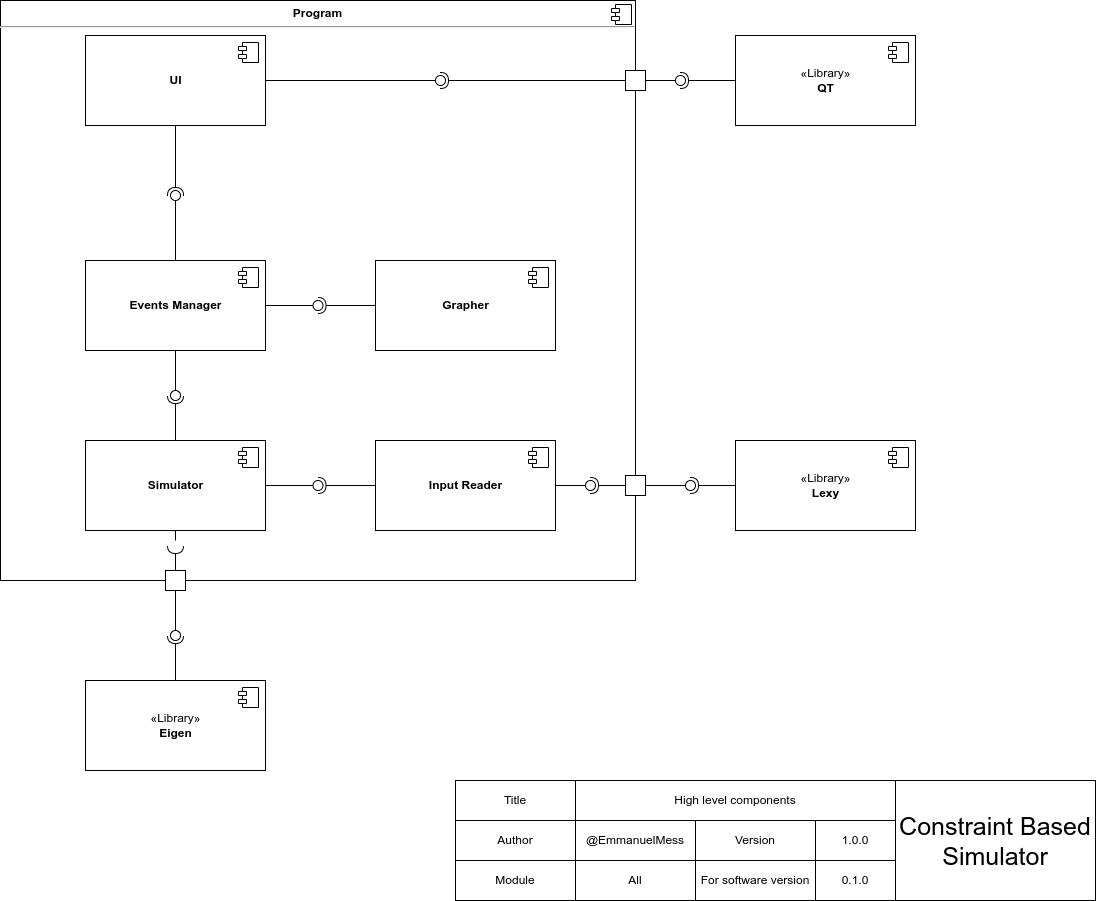
This is design/diagrams/component/high level components.png from EmmanuelMess/ConstraintBasedSimulator, a draw.io export, as it was before one commit. Source tidied: cells renumbered, new cells last; positions are measured from the earlier drawing's top-left corner, leaving out a move shared by most shapes.
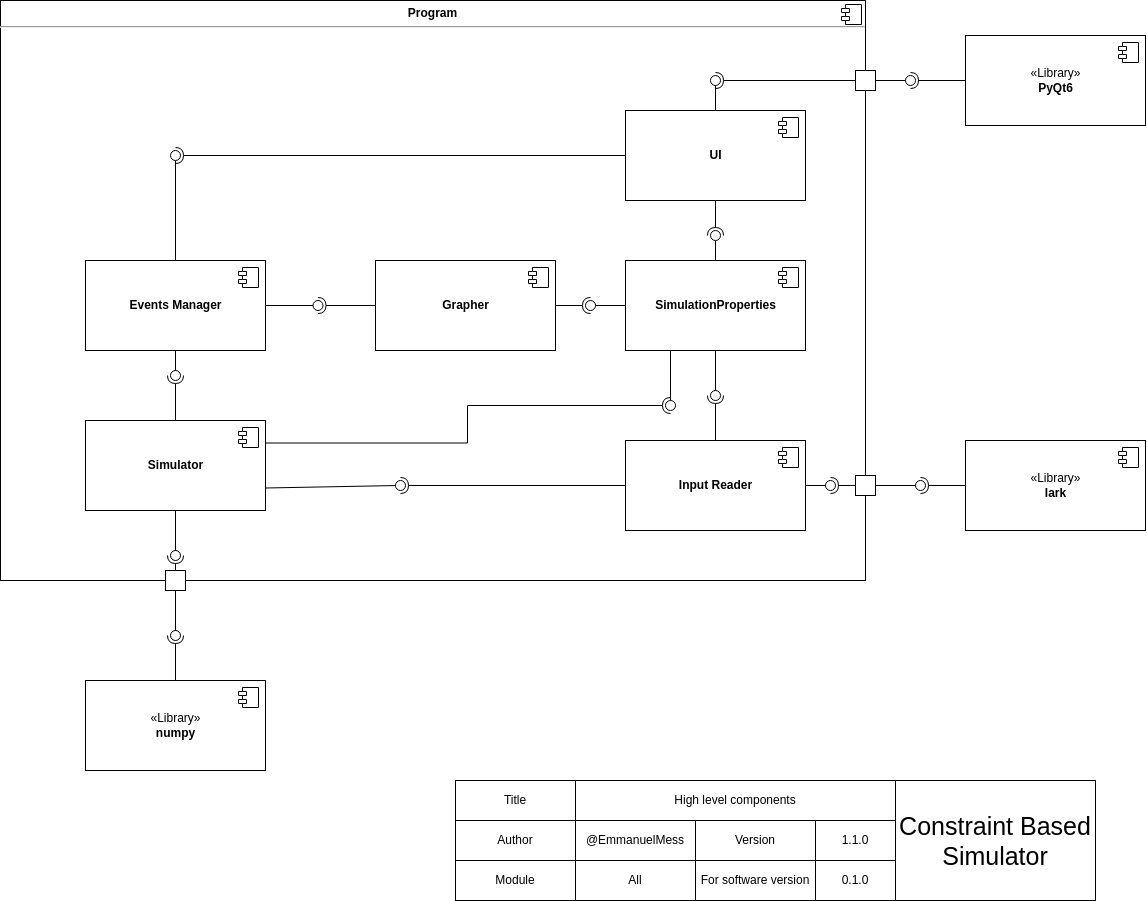
After the commit.

The edit, as a diff of the source:
```diff
@@ -3,7 +3,7 @@
     <mxCell id="0" />
     <mxCell id="1" parent="0" />
     <mxCell id="2" value="&lt;p style=&quot;margin:0px;margin-top:6px;text-align:center;&quot;&gt;&lt;b&gt;Program&lt;/b&gt;&lt;/p&gt;&lt;hr&gt;&lt;p style=&quot;margin:0px;margin-left:8px;&quot;&gt;&lt;br&gt;&lt;/p&gt;" style="align=left;overflow=fill;html=1;shadow=0;fillColor=default;" parent="1" vertex="1">
-      <mxGeometry width="635" height="580" as="geometry" />
+      <mxGeometry width="865" height="580" as="geometry" />
     </mxCell>
     <mxCell id="3" style="shape=component;jettyWidth=8;jettyHeight=4;" parent="2" vertex="1">
       <mxGeometry x="1" width="20" height="20" relative="1" as="geometry">
@@ -11,15 +11,15 @@
       </mxGeometry>
     </mxCell>
     <mxCell id="4" value="&lt;b&gt;UI&lt;/b&gt;" style="html=1;" parent="1" vertex="1">
-      <mxGeometry x="85" y="35" width="180" height="90" as="geometry" />
+      <mxGeometry x="625" y="110" width="180" height="90" as="geometry" />
     </mxCell>
     <mxCell id="5" style="shape=module;jettyWidth=8;jettyHeight=4;" parent="4" vertex="1">
       <mxGeometry x="1" width="20" height="20" relative="1" as="geometry">
         <mxPoint x="-27" y="7" as="offset" />
       </mxGeometry>
     </mxCell>
-    <mxCell id="6" value="«Library»&lt;br&gt;&lt;b&gt;QT&lt;/b&gt;" style="html=1;" parent="1" vertex="1">
-      <mxGeometry x="735" y="35" width="180" height="90" as="geometry" />
+    <mxCell id="6" value="«Library»&lt;br&gt;&lt;b&gt;PyQt6&lt;/b&gt;" style="html=1;" parent="1" vertex="1">
+      <mxGeometry x="965" y="35" width="180" height="90" as="geometry" />
     </mxCell>
     <mxCell id="7" style="shape=module;jettyWidth=8;jettyHeight=4;" parent="6" vertex="1">
       <mxGeometry x="1" width="20" height="20" relative="1" as="geometry">
@@ -33,10 +33,10 @@
       <mxGeometry relative="1" as="geometry" />
     </mxCell>
     <mxCell id="10" style="ellipse;whiteSpace=wrap;html=1;align=center;points=[];outlineConnect=0;sketch=0;direction=south;" parent="1" vertex="1">
-      <mxGeometry x="170" y="190" width="10" height="10" as="geometry" />
+      <mxGeometry x="170" y="150" width="10" height="10" as="geometry" />
     </mxCell>
     <mxCell id="11" value="&lt;b&gt;Simulator&lt;/b&gt;" style="html=1;" parent="1" vertex="1">
-      <mxGeometry x="85" y="440" width="180" height="90" as="geometry" />
+      <mxGeometry x="85" y="420" width="180" height="90" as="geometry" />
     </mxCell>
     <mxCell id="12" style="shape=module;jettyWidth=8;jettyHeight=4;" parent="11" vertex="1">
       <mxGeometry x="1" width="20" height="20" relative="1" as="geometry">
@@ -50,26 +50,26 @@
       <mxGeometry relative="1" as="geometry" />
     </mxCell>
     <mxCell id="15" style="ellipse;whiteSpace=wrap;html=1;align=center;points=[];outlineConnect=0;sketch=0;" parent="1" vertex="1">
-      <mxGeometry x="170" y="390" width="10" height="10" as="geometry" />
+      <mxGeometry x="170" y="370" width="10" height="10" as="geometry" />
     </mxCell>
     <mxCell id="16" value="&lt;b&gt;Input Reader&lt;/b&gt;" style="html=1;" parent="1" vertex="1">
-      <mxGeometry x="375" y="440" width="180" height="90" as="geometry" />
+      <mxGeometry x="625" y="440" width="180" height="90" as="geometry" />
     </mxCell>
     <mxCell id="17" style="shape=module;jettyWidth=8;jettyHeight=4;" parent="16" vertex="1">
       <mxGeometry x="1" width="20" height="20" relative="1" as="geometry">
         <mxPoint x="-27" y="7" as="offset" />
       </mxGeometry>
     </mxCell>
-    <mxCell id="18" style="rounded=0;jettySize=auto;html=1;endArrow=none;endFill=0;sketch=0;sourcePerimeterSpacing=0;targetPerimeterSpacing=0;" parent="1" edge="1" source="11" target="20">
+    <mxCell id="18" style="rounded=0;jettySize=auto;html=1;endArrow=none;endFill=0;sketch=0;sourcePerimeterSpacing=0;targetPerimeterSpacing=0;exitX=1;exitY=0.75;exitDx=0;exitDy=0;" parent="1" edge="1" source="11" target="20">
       <mxGeometry relative="1" as="geometry" />
     </mxCell>
     <mxCell id="19" style="rounded=0;jettySize=auto;html=1;endArrow=halfCircle;endFill=0;entryX=0.5;entryY=0.5;endSize=6;strokeWidth=1;sketch=0;" parent="1" edge="1" source="16" target="20">
       <mxGeometry relative="1" as="geometry" />
     </mxCell>
     <mxCell id="20" style="ellipse;whiteSpace=wrap;html=1;align=center;points=[];outlineConnect=0;sketch=0;" parent="1" vertex="1">
-      <mxGeometry x="312.5" y="480" width="10" height="10" as="geometry" />
+      <mxGeometry x="395" y="480" width="10" height="10" as="geometry" />
     </mxCell>
-    <mxCell id="21" value="«Library»&lt;br&gt;&lt;b&gt;Eigen&lt;/b&gt;" style="html=1;" parent="1" vertex="1">
+    <mxCell id="21" value="«Library»&lt;br&gt;&lt;b&gt;numpy&lt;/b&gt;" style="html=1;" parent="1" vertex="1">
       <mxGeometry x="85" y="680" width="180" height="90" as="geometry" />
     </mxCell>
     <mxCell id="22" style="shape=module;jettyWidth=8;jettyHeight=4;" parent="21" vertex="1">
@@ -77,8 +77,8 @@
         <mxPoint x="-27" y="7" as="offset" />
       </mxGeometry>
     </mxCell>
-    <mxCell id="23" value="«Library»&lt;br&gt;&lt;b&gt;Lexy&lt;/b&gt;" style="html=1;" parent="1" vertex="1">
-      <mxGeometry x="735" y="440" width="180" height="90" as="geometry" />
+    <mxCell id="23" value="«Library»&lt;br&gt;&lt;b&gt;lark&lt;/b&gt;" style="html=1;" parent="1" vertex="1">
+      <mxGeometry x="965" y="440" width="180" height="90" as="geometry" />
     </mxCell>
     <mxCell id="24" style="shape=module;jettyWidth=8;jettyHeight=4;" parent="23" vertex="1">
       <mxGeometry x="1" width="20" height="20" relative="1" as="geometry">
@@ -86,10 +86,10 @@
       </mxGeometry>
     </mxCell>
     <mxCell id="25" style="html=1;rounded=0;fillColor=default;" parent="1" vertex="1">
-      <mxGeometry x="625" y="70" width="20" height="20" as="geometry" />
+      <mxGeometry x="855" y="70" width="20" height="20" as="geometry" />
     </mxCell>
     <mxCell id="26" style="html=1;rounded=0;fillColor=default;" parent="1" vertex="1">
-      <mxGeometry x="625" y="475" width="20" height="20" as="geometry" />
+      <mxGeometry x="855" y="475" width="20" height="20" as="geometry" />
     </mxCell>
     <mxCell id="27" style="html=1;rounded=0;fillColor=default;" parent="1" vertex="1">
       <mxGeometry x="165" y="570" width="20" height="20" as="geometry" />
@@ -101,7 +101,7 @@
       <mxGeometry relative="1" as="geometry" />
     </mxCell>
     <mxCell id="30" style="ellipse;whiteSpace=wrap;html=1;align=center;points=[];outlineConnect=0;sketch=0;fillColor=default;" parent="1" vertex="1">
-      <mxGeometry x="675" y="75" width="10" height="10" as="geometry" />
+      <mxGeometry x="905" y="75" width="10" height="10" as="geometry" />
     </mxCell>
     <mxCell id="31" style="rounded=0;jettySize=auto;html=1;endArrow=none;endFill=0;sketch=0;sourcePerimeterSpacing=0;targetPerimeterSpacing=0;" parent="1" edge="1" source="26" target="33">
       <mxGeometry relative="1" as="geometry" />
@@ -110,7 +110,7 @@
       <mxGeometry relative="1" as="geometry" />
     </mxCell>
     <mxCell id="33" style="ellipse;whiteSpace=wrap;html=1;align=center;points=[];outlineConnect=0;sketch=0;fillColor=default;" parent="1" vertex="1">
-      <mxGeometry x="685" y="480" width="10" height="10" as="geometry" />
+      <mxGeometry x="915" y="480" width="10" height="10" as="geometry" />
     </mxCell>
     <mxCell id="34" style="rounded=0;jettySize=auto;html=1;endArrow=none;endFill=0;sketch=0;sourcePerimeterSpacing=0;targetPerimeterSpacing=0;" parent="1" edge="1" source="27" target="36">
       <mxGeometry relative="1" as="geometry" />
@@ -121,16 +121,6 @@
     <mxCell id="36" style="ellipse;whiteSpace=wrap;html=1;align=center;points=[];outlineConnect=0;sketch=0;fillColor=default;" parent="1" vertex="1">
       <mxGeometry x="170" y="630" width="10" height="10" as="geometry" />
     </mxCell>
-    <mxCell id="37" style="rounded=0;jettySize=auto;html=1;endArrow=none;endFill=0;sketch=0;sourcePerimeterSpacing=0;targetPerimeterSpacing=0;" parent="1" edge="1" source="11">
-      <mxGeometry relative="1" as="geometry">
-        <mxPoint x="175" y="540" as="targetPoint" />
-      </mxGeometry>
-    </mxCell>
-    <mxCell id="38" style="rounded=0;jettySize=auto;html=1;endArrow=halfCircle;endFill=0;entryX=0.5;entryY=0.5;endSize=6;strokeWidth=1;sketch=0;" parent="1" edge="1" source="27">
-      <mxGeometry relative="1" as="geometry">
-        <mxPoint x="175" y="545" as="targetPoint" />
-      </mxGeometry>
-    </mxCell>
     <mxCell id="39" value="&lt;b&gt;Events Manager&lt;/b&gt;" style="html=1;" parent="1" vertex="1">
       <mxGeometry x="85" y="260" width="180" height="90" as="geometry" />
     </mxCell>
@@ -156,14 +146,14 @@
     <mxCell id="45" style="ellipse;whiteSpace=wrap;html=1;align=center;points=[];outlineConnect=0;sketch=0;" parent="1" vertex="1">
       <mxGeometry x="312.5" y="300" width="10" height="10" as="geometry" />
     </mxCell>
-    <mxCell id="46" style="rounded=0;jettySize=auto;html=1;endArrow=none;endFill=0;sketch=0;sourcePerimeterSpacing=0;targetPerimeterSpacing=0;exitX=1;exitY=0.5;exitDx=0;exitDy=0;" parent="1" edge="1" source="4" target="48">
+    <mxCell id="46" style="rounded=0;jettySize=auto;html=1;endArrow=none;endFill=0;sketch=0;sourcePerimeterSpacing=0;targetPerimeterSpacing=0;exitX=0.5;exitY=0;exitDx=0;exitDy=0;" parent="1" edge="1" source="4" target="48">
       <mxGeometry relative="1" as="geometry" />
     </mxCell>
     <mxCell id="47" style="rounded=0;jettySize=auto;html=1;endArrow=halfCircle;endFill=0;entryX=0.5;entryY=0.5;endSize=6;strokeWidth=1;sketch=0;exitX=0;exitY=0.5;exitDx=0;exitDy=0;" parent="1" edge="1" source="25" target="48">
       <mxGeometry relative="1" as="geometry" />
     </mxCell>
     <mxCell id="48" style="ellipse;whiteSpace=wrap;html=1;align=center;points=[];outlineConnect=0;sketch=0;fillColor=default;" parent="1" vertex="1">
-      <mxGeometry x="435" y="75" width="10" height="10" as="geometry" />
+      <mxGeometry x="710" y="75" width="10" height="10" as="geometry" />
     </mxCell>
     <mxCell id="49" style="rounded=0;jettySize=auto;html=1;endArrow=none;endFill=0;sketch=0;sourcePerimeterSpacing=0;targetPerimeterSpacing=0;exitX=1;exitY=0.5;exitDx=0;exitDy=0;" parent="1" edge="1" source="16" target="51">
       <mxGeometry relative="1" as="geometry" />
@@ -172,7 +162,7 @@
       <mxGeometry relative="1" as="geometry" />
     </mxCell>
     <mxCell id="51" style="ellipse;whiteSpace=wrap;html=1;align=center;points=[];outlineConnect=0;sketch=0;fillColor=default;" parent="1" vertex="1">
-      <mxGeometry x="585" y="480" width="10" height="10" as="geometry" />
+      <mxGeometry x="825" y="480" width="10" height="10" as="geometry" />
     </mxCell>
     <mxCell id="52" value="Title" style="rounded=0;whiteSpace=wrap;html=1;" parent="1" vertex="1">
       <mxGeometry x="455" y="780" width="120" height="40" as="geometry" />
@@ -198,7 +188,7 @@
     <mxCell id="59" value="&lt;font style=&quot;font-size: 25px;&quot;&gt;Constraint Based Simulator&lt;/font&gt;" style="rounded=0;whiteSpace=wrap;html=1;" parent="1" vertex="1">
       <mxGeometry x="895" y="780" width="200" height="120" as="geometry" />
     </mxCell>
-    <mxCell id="60" value="1.0.0" style="rounded=0;whiteSpace=wrap;html=1;" parent="1" vertex="1">
+    <mxCell id="60" value="1.1.0" style="rounded=0;whiteSpace=wrap;html=1;" parent="1" vertex="1">
       <mxGeometry x="815" y="820" width="80" height="40" as="geometry" />
     </mxCell>
     <mxCell id="61" value="For software version" style="rounded=0;whiteSpace=wrap;html=1;" parent="1" vertex="1">
@@ -207,5 +197,60 @@
     <mxCell id="62" value="0.1.0" style="rounded=0;whiteSpace=wrap;html=1;" parent="1" vertex="1">
       <mxGeometry x="815" y="860" width="80" height="40" as="geometry" />
     </mxCell>
+    <mxCell id="63" style="rounded=0;jettySize=auto;html=1;endArrow=none;endFill=0;sketch=0;sourcePerimeterSpacing=0;targetPerimeterSpacing=0;exitX=0.5;exitY=1;exitDx=0;exitDy=0;" parent="1" edge="1" source="11" target="65">
+      <mxGeometry relative="1" as="geometry" />
+    </mxCell>
+    <mxCell id="64" style="rounded=0;jettySize=auto;html=1;endArrow=halfCircle;endFill=0;entryX=0.5;entryY=0.5;endSize=6;strokeWidth=1;sketch=0;" parent="1" edge="1" target="65">
+      <mxGeometry relative="1" as="geometry">
+        <mxPoint x="175" y="570" as="sourcePoint" />
+      </mxGeometry>
+    </mxCell>
+    <mxCell id="65" style="ellipse;whiteSpace=wrap;html=1;align=center;points=[];outlineConnect=0;sketch=0;fillColor=default;" parent="1" vertex="1">
+      <mxGeometry x="170" y="550" width="10" height="10" as="geometry" />
+    </mxCell>
+    <mxCell id="66" value="&lt;b&gt;SimulationProperties&lt;/b&gt;" style="html=1;" parent="1" vertex="1">
+      <mxGeometry x="625" y="260" width="180" height="90" as="geometry" />
+    </mxCell>
+    <mxCell id="67" style="shape=module;jettyWidth=8;jettyHeight=4;" parent="66" vertex="1">
+      <mxGeometry x="1" width="20" height="20" relative="1" as="geometry">
+        <mxPoint x="-27" y="7" as="offset" />
+      </mxGeometry>
+    </mxCell>
+    <mxCell id="68" style="rounded=0;jettySize=auto;html=1;endArrow=none;endFill=0;sketch=0;sourcePerimeterSpacing=0;targetPerimeterSpacing=0;exitX=0;exitY=0.5;exitDx=0;exitDy=0;" parent="1" edge="1" source="66" target="70">
+      <mxGeometry relative="1" as="geometry" />
+    </mxCell>
+    <mxCell id="69" style="rounded=0;jettySize=auto;html=1;endArrow=halfCircle;endFill=0;entryX=0.5;entryY=0.5;endSize=6;strokeWidth=1;sketch=0;exitX=1;exitY=0.5;exitDx=0;exitDy=0;" parent="1" edge="1" source="41" target="70">
+      <mxGeometry relative="1" as="geometry" />
+    </mxCell>
+    <mxCell id="70" style="ellipse;whiteSpace=wrap;html=1;align=center;points=[];outlineConnect=0;sketch=0;fillColor=default;" parent="1" vertex="1">
+      <mxGeometry x="585" y="300" width="10" height="10" as="geometry" />
+    </mxCell>
+    <mxCell id="71" style="rounded=0;jettySize=auto;html=1;endArrow=none;endFill=0;sketch=0;sourcePerimeterSpacing=0;targetPerimeterSpacing=0;" parent="1" edge="1" source="66" target="73">
+      <mxGeometry relative="1" as="geometry" />
+    </mxCell>
+    <mxCell id="72" style="rounded=0;jettySize=auto;html=1;endArrow=halfCircle;endFill=0;entryX=0.5;entryY=0.5;endSize=6;strokeWidth=1;sketch=0;exitX=0.5;exitY=0;exitDx=0;exitDy=0;" parent="1" edge="1" source="16" target="73">
+      <mxGeometry relative="1" as="geometry" />
+    </mxCell>
+    <mxCell id="73" style="ellipse;whiteSpace=wrap;html=1;align=center;points=[];outlineConnect=0;sketch=0;fillColor=default;" parent="1" vertex="1">
+      <mxGeometry x="710" y="390" width="10" height="10" as="geometry" />
+    </mxCell>
+    <mxCell id="74" style="rounded=0;jettySize=auto;html=1;endArrow=none;endFill=0;sketch=0;sourcePerimeterSpacing=0;targetPerimeterSpacing=0;exitX=0.5;exitY=0;exitDx=0;exitDy=0;" parent="1" edge="1" source="66" target="76">
+      <mxGeometry relative="1" as="geometry" />
+    </mxCell>
+    <mxCell id="75" style="rounded=0;jettySize=auto;html=1;endArrow=halfCircle;endFill=0;entryX=0.5;entryY=0.5;endSize=6;strokeWidth=1;sketch=0;exitX=0.5;exitY=1;exitDx=0;exitDy=0;" parent="1" edge="1" source="4" target="76">
+      <mxGeometry relative="1" as="geometry" />
+    </mxCell>
+    <mxCell id="76" style="ellipse;whiteSpace=wrap;html=1;align=center;points=[];outlineConnect=0;sketch=0;fillColor=default;" parent="1" vertex="1">
+      <mxGeometry x="710" y="230" width="10" height="10" as="geometry" />
+    </mxCell>
+    <mxCell id="77" style="rounded=0;jettySize=auto;html=1;endArrow=none;endFill=0;sketch=0;sourcePerimeterSpacing=0;targetPerimeterSpacing=0;exitX=0.25;exitY=1;exitDx=0;exitDy=0;" parent="1" edge="1" source="66" target="79">
+      <mxGeometry relative="1" as="geometry" />
+    </mxCell>
+    <mxCell id="78" style="rounded=0;jettySize=auto;html=1;endArrow=halfCircle;endFill=0;entryX=0.5;entryY=0.5;endSize=6;strokeWidth=1;sketch=0;exitX=1;exitY=0.25;exitDx=0;exitDy=0;edgeStyle=elbowEdgeStyle;" parent="1" edge="1" source="11" target="79">
+      <mxGeometry relative="1" as="geometry" />
+    </mxCell>
+    <mxCell id="79" style="ellipse;whiteSpace=wrap;html=1;align=center;points=[];outlineConnect=0;sketch=0;fillColor=default;" parent="1" vertex="1">
+      <mxGeometry x="665" y="400" width="10" height="10" as="geometry" />
+    </mxCell>
   </root>
 </mxGraphModel>
```
